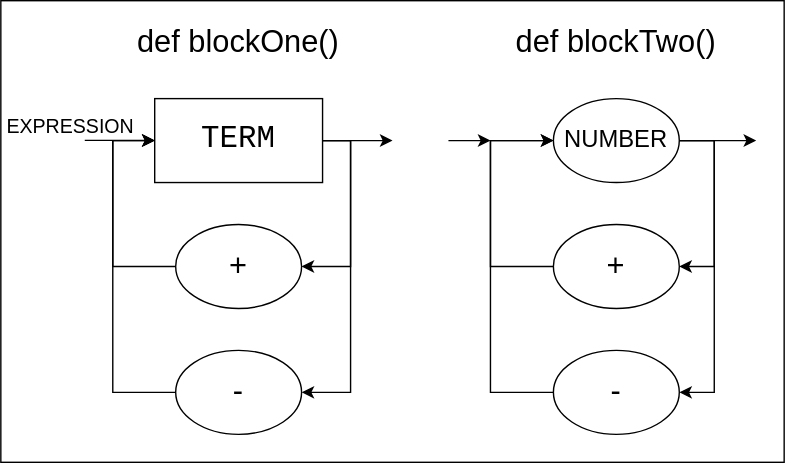
HenryRocha/logcomp-compilador keeps this draw.io diagram as diagrama-sintatico.drawio.svg. Above is the earlier version. Source tidied: cells renumbered, new cells last; positions are measured from the earlier drawing's top-left corner, leaving out a move shared by most shapes.
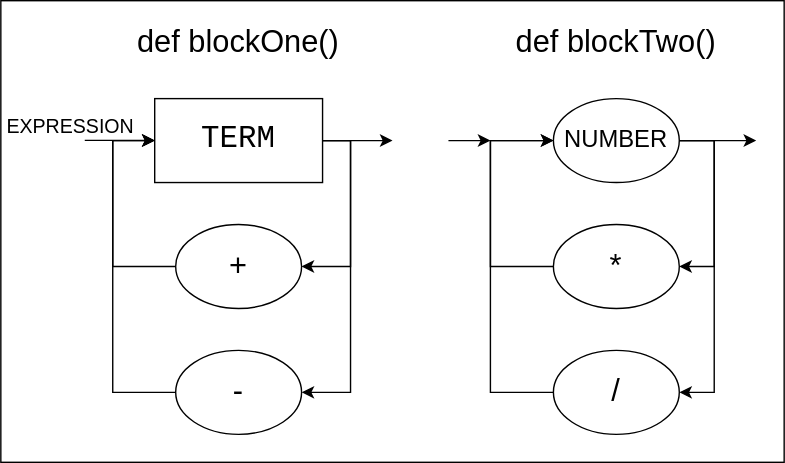
The same file after the commit.

Commit message:
Fix typo on blockTwo

Diff of the diagram source:
```diff
@@ -49,7 +49,7 @@
         </Array>
       </mxGeometry>
     </mxCell>
-    <mxCell id="12" value="&lt;font style=&quot;font-size: 22px&quot;&gt;+&lt;/font&gt;" style="ellipse;whiteSpace=wrap;html=1;" parent="1" vertex="1">
+    <mxCell id="12" value="&lt;font style=&quot;font-size: 22px&quot;&gt;*&lt;/font&gt;" style="ellipse;whiteSpace=wrap;html=1;" parent="1" vertex="1">
       <mxGeometry x="395" y="160" width="90" height="60" as="geometry" />
     </mxCell>
     <mxCell id="13" style="edgeStyle=orthogonalEdgeStyle;rounded=0;jettySize=auto;html=1;entryX=0;entryY=0.5;entryDx=0;entryDy=0;exitX=0;exitY=0.5;exitDx=0;exitDy=0;" parent="1" edge="1" source="14" target="18">
@@ -60,7 +60,7 @@
         </Array>
       </mxGeometry>
     </mxCell>
-    <mxCell id="14" value="&lt;font style=&quot;font-size: 22px&quot;&gt;-&lt;/font&gt;" style="ellipse;whiteSpace=wrap;html=1;" parent="1" vertex="1">
+    <mxCell id="14" value="&lt;font style=&quot;font-size: 22px&quot;&gt;/&lt;/font&gt;" style="ellipse;whiteSpace=wrap;html=1;" parent="1" vertex="1">
       <mxGeometry x="395" y="250" width="90" height="60" as="geometry" />
     </mxCell>
     <mxCell id="15" style="edgeStyle=orthogonalEdgeStyle;rounded=0;jettySize=auto;html=1;entryX=1;entryY=0.5;entryDx=0;entryDy=0;exitX=1;exitY=0.5;exitDx=0;exitDy=0;" parent="1" edge="1" source="18" target="12">
```
